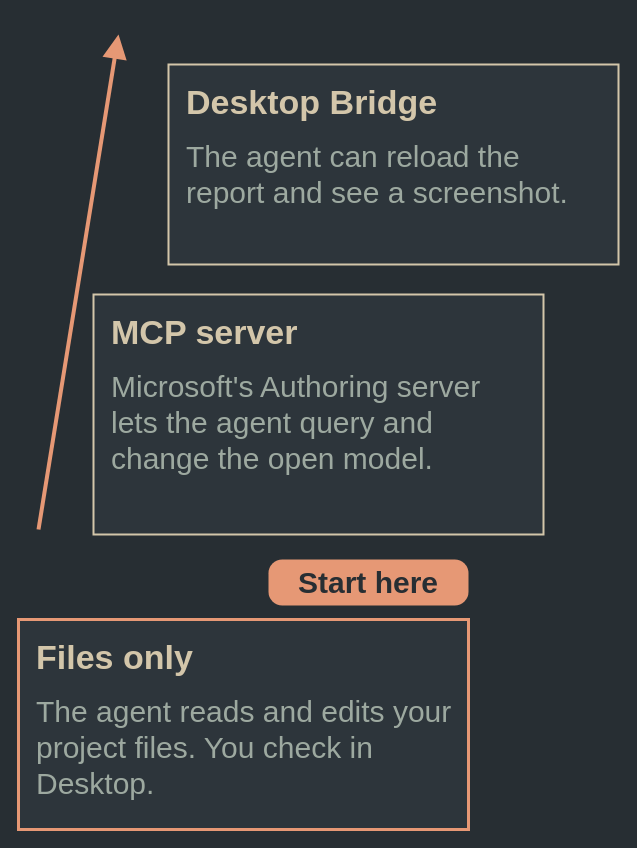
Above: page "Narrow" (2 of 2) of diagrams/mcp-steps.drawio in AlanBurningsuit/burningsuit-website (draw.io), before the change. Source tidied: cells renumbered, new cells numbered last; positions are measured from the earlier drawing's top-left corner, leaving out a move shared by most shapes. Both pictures are drawn from the tidied source at 100%, with x=0, y=0 at pixel (18, 34).
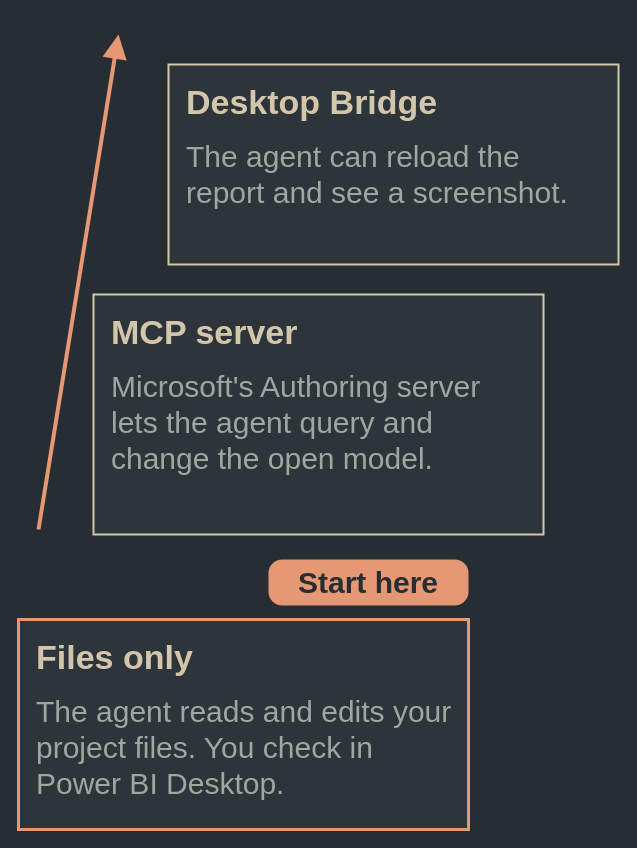
Above is the later version.

Commit message (it also covers changes not shown here):
MCP article figure: titled Three steps (no repeat of the caption), Power BI Desktop in full

Change to the diagram source:
```diff
@@
 <mxGraphModel background="#272e33">
   <root>
     <mxCell id="0" />
     <mxCell id="1" parent="0" />
     <mxCell id="2" style="html=0;endArrow=block;endFill=1;endSize=14;strokeColor=#e69875;strokeWidth=4;" parent="1" edge="1">
       <mxGeometry relative="1" as="geometry">
         <mxPoint x="20" y="495" as="sourcePoint" />
         <mxPoint x="100" as="targetPoint" />
       </mxGeometry>
     </mxCell>
     <mxCell id="3" style="rounded=0;html=0;fillColor=#2d353b;strokeColor=#d3c6aa;strokeWidth=2;" parent="1" vertex="1">
       <mxGeometry x="150" y="30" width="450" height="200" as="geometry" />
     </mxCell>
     <mxCell id="4" value="Desktop Bridge" style="text;html=0;whiteSpace=wrap;overflow=visible;align=left;verticalAlign=middle;fontFamily=Albert Sans;fontSize=34;fontColor=#d3c6aa;fontStyle=1;fillColor=none;strokeColor=none;spacing=0;" parent="1" vertex="1">
       <mxGeometry x="168" y="44" width="414" height="48" as="geometry" />
     </mxCell>
     <mxCell id="5" value="The agent can reload the report and see a screenshot." style="text;html=0;whiteSpace=wrap;overflow=visible;align=left;verticalAlign=top;fontFamily=Albert Sans;fontSize=30;fontColor=#9da9a0;fontStyle=0;fillColor=none;strokeColor=none;spacing=0;" parent="1" vertex="1">
       <mxGeometry x="168" y="100" width="414" height="120" as="geometry" />
     </mxCell>
     <mxCell id="6" style="rounded=0;html=0;fillColor=#2d353b;strokeColor=#d3c6aa;strokeWidth=2;" parent="1" vertex="1">
       <mxGeometry x="75" y="260" width="450" height="240" as="geometry" />
     </mxCell>
     <mxCell id="7" value="MCP server" style="text;html=0;whiteSpace=wrap;overflow=visible;align=left;verticalAlign=middle;fontFamily=Albert Sans;fontSize=34;fontColor=#d3c6aa;fontStyle=1;fillColor=none;strokeColor=none;spacing=0;" parent="1" vertex="1">
       <mxGeometry x="93" y="274" width="414" height="48" as="geometry" />
     </mxCell>
     <mxCell id="8" value="Microsoft's Authoring server lets the agent query and change the open model." style="text;html=0;whiteSpace=wrap;overflow=visible;align=left;verticalAlign=top;fontFamily=Albert Sans;fontSize=30;fontColor=#9da9a0;fontStyle=0;fillColor=none;strokeColor=none;spacing=0;" parent="1" vertex="1">
       <mxGeometry x="93" y="330" width="414" height="160" as="geometry" />
     </mxCell>
     <mxCell id="9" value="Start here" style="text;html=0;whiteSpace=wrap;overflow=visible;align=center;verticalAlign=middle;fontFamily=Albert Sans;fontSize=30;fontColor=#272e33;fontStyle=1;fillColor=#e69875;strokeColor=none;spacing=0;rounded=1;arcSize=30;" parent="1" vertex="1">
       <mxGeometry x="250" y="525" width="200" height="46" as="geometry" />
     </mxCell>
     <mxCell id="10" style="rounded=0;html=0;fillColor=#2d353b;strokeColor=#e69875;strokeWidth=3;" parent="1" vertex="1">
       <mxGeometry y="585" width="450" height="210" as="geometry" />
     </mxCell>
     <mxCell id="11" value="Files only" style="text;html=0;whiteSpace=wrap;overflow=visible;align=left;verticalAlign=middle;fontFamily=Albert Sans;fontSize=34;fontColor=#d3c6aa;fontStyle=1;fillColor=none;strokeColor=none;spacing=0;" parent="1" vertex="1">
       <mxGeometry x="18" y="599" width="414" height="48" as="geometry" />
     </mxCell>
-    <mxCell id="12" value="The agent reads and edits your project files. You check in Desktop." style="text;html=0;whiteSpace=wrap;overflow=visible;align=left;verticalAlign=top;fontFamily=Albert Sans;fontSize=30;fontColor=#9da9a0;fontStyle=0;fillColor=none;strokeColor=none;spacing=0;" parent="1" vertex="1">
+    <mxCell id="12" value="The agent reads and edits your project files. You check in Power BI Desktop." style="text;html=0;whiteSpace=wrap;overflow=visible;align=left;verticalAlign=top;fontFamily=Albert Sans;fontSize=30;fontColor=#9da9a0;fontStyle=0;fillColor=none;strokeColor=none;spacing=0;" parent="1" vertex="1">
       <mxGeometry x="18" y="655" width="414" height="130" as="geometry" />
     </mxCell>
   </root>
 </mxGraphModel>
```
